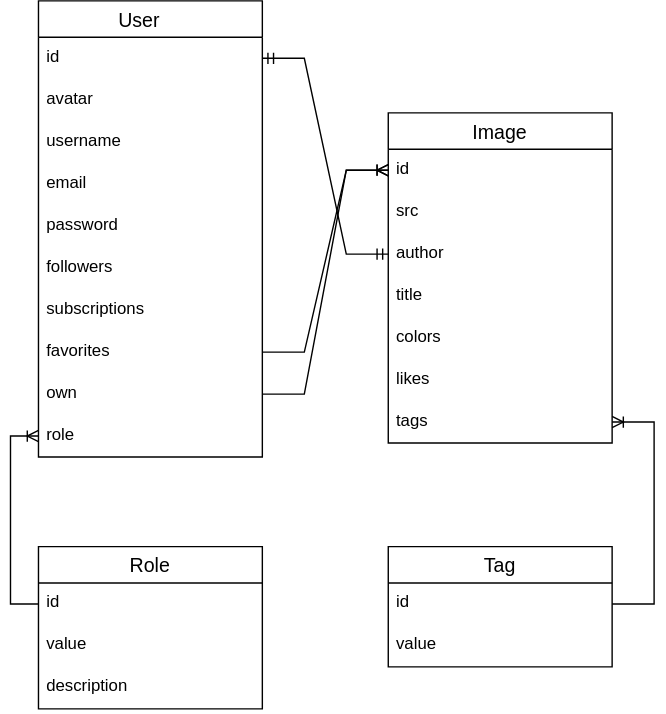
The draw.io diagram Диаграмма без названия.drawio.svg in khramov23/imaginarium-backend, before a commit. Source tidied: cells renumbered, new cells last; positions are measured from the earlier drawing's top-left corner, leaving out a move shared by most shapes. Source of this version:
```xml
<mxGraphModel>
  <root>
    <mxCell id="0" />
    <mxCell id="1" parent="0" />
    <mxCell id="2" value="User    " style="swimlane;fontStyle=0;horizontal=1;startSize=26;align=center;fontSize=14;" parent="1" vertex="1">
      <mxGeometry x="20" width="160" height="326" as="geometry" />
    </mxCell>
    <mxCell id="3" value="id" style="text;strokeColor=none;fillColor=none;spacingLeft=4;spacingRight=4;overflow=hidden;points=[[0,0.5],[1,0.5]];portConstraint=eastwest;fontSize=12;" parent="2" vertex="1">
      <mxGeometry y="26" width="160" height="30" as="geometry" />
    </mxCell>
    <mxCell id="4" value="avatar" style="text;strokeColor=none;fillColor=none;spacingLeft=4;spacingRight=4;overflow=hidden;fontSize=12;" parent="2" vertex="1">
      <mxGeometry y="56" width="160" height="30" as="geometry" />
    </mxCell>
    <mxCell id="5" value="username" style="text;strokeColor=none;fillColor=none;spacingLeft=4;spacingRight=4;overflow=hidden;fontSize=12;" parent="2" vertex="1">
      <mxGeometry y="86" width="160" height="30" as="geometry" />
    </mxCell>
    <mxCell id="6" value="email" style="text;strokeColor=none;fillColor=none;spacingLeft=4;spacingRight=4;overflow=hidden;fontSize=12;" parent="2" vertex="1">
      <mxGeometry y="116" width="160" height="30" as="geometry" />
    </mxCell>
    <mxCell id="7" value="password" style="text;strokeColor=none;fillColor=none;spacingLeft=4;spacingRight=4;overflow=hidden;fontSize=12;" parent="2" vertex="1">
      <mxGeometry y="146" width="160" height="30" as="geometry" />
    </mxCell>
    <mxCell id="8" value="followers" style="text;strokeColor=none;fillColor=none;spacingLeft=4;spacingRight=4;overflow=hidden;fontSize=12;" parent="2" vertex="1">
      <mxGeometry y="176" width="160" height="30" as="geometry" />
    </mxCell>
    <mxCell id="9" value="subscriptions" style="text;strokeColor=none;fillColor=none;spacingLeft=4;spacingRight=4;overflow=hidden;fontSize=12;" parent="2" vertex="1">
      <mxGeometry y="206" width="160" height="30" as="geometry" />
    </mxCell>
    <mxCell id="10" value="favorites" style="text;strokeColor=none;fillColor=none;spacingLeft=4;spacingRight=4;overflow=hidden;points=[[0,0.5],[1,0.5]];portConstraint=eastwest;fontSize=12;" parent="2" vertex="1">
      <mxGeometry y="236" width="160" height="30" as="geometry" />
    </mxCell>
    <mxCell id="11" value="own" style="text;strokeColor=none;fillColor=none;spacingLeft=4;spacingRight=4;overflow=hidden;points=[[0,0.5],[1,0.5]];portConstraint=eastwest;fontSize=12;" parent="2" vertex="1">
      <mxGeometry y="266" width="160" height="30" as="geometry" />
    </mxCell>
    <mxCell id="12" value="role" style="text;strokeColor=none;fillColor=none;spacingLeft=4;spacingRight=4;overflow=hidden;points=[[0,0.5],[1,0.5]];portConstraint=eastwest;fontSize=12;" parent="2" vertex="1">
      <mxGeometry y="296" width="160" height="30" as="geometry" />
    </mxCell>
    <mxCell id="13" value="Role" style="swimlane;fontStyle=0;horizontal=1;startSize=26;align=center;fontSize=14;" parent="1" vertex="1">
      <mxGeometry x="20" y="390" width="160" height="116" as="geometry" />
    </mxCell>
    <mxCell id="14" value="id    " style="text;strokeColor=none;fillColor=none;spacingLeft=4;spacingRight=4;overflow=hidden;points=[[0,0.5],[1,0.5]];portConstraint=eastwest;fontSize=12;" parent="13" vertex="1">
      <mxGeometry y="26" width="160" height="30" as="geometry" />
    </mxCell>
    <mxCell id="15" value="value" style="text;strokeColor=none;fillColor=none;spacingLeft=4;spacingRight=4;overflow=hidden;fontSize=12;" parent="13" vertex="1">
      <mxGeometry y="56" width="160" height="30" as="geometry" />
    </mxCell>
    <mxCell id="16" value="description" style="text;strokeColor=none;fillColor=none;spacingLeft=4;spacingRight=4;overflow=hidden;fontSize=12;" parent="13" vertex="1">
      <mxGeometry y="86" width="160" height="30" as="geometry" />
    </mxCell>
    <mxCell id="17" style="edgeStyle=elbowEdgeStyle;fontSize=12;html=1;endArrow=ERoneToMany;rounded=0;" parent="1" edge="1" source="14" target="12">
      <mxGeometry relative="1" as="geometry">
        <Array as="points">
          <mxPoint y="370" />
        </Array>
      </mxGeometry>
    </mxCell>
    <mxCell id="18" value="Tag" style="swimlane;fontStyle=0;horizontal=1;startSize=26;align=center;fontSize=14;" parent="1" vertex="1">
      <mxGeometry x="270" y="390" width="160" height="86" as="geometry" />
    </mxCell>
    <mxCell id="19" value="id    " style="text;strokeColor=none;fillColor=none;spacingLeft=4;spacingRight=4;overflow=hidden;points=[[0,0.5],[1,0.5]];portConstraint=eastwest;fontSize=12;" parent="18" vertex="1">
      <mxGeometry y="26" width="160" height="30" as="geometry" />
    </mxCell>
    <mxCell id="20" value="value" style="text;strokeColor=none;fillColor=none;spacingLeft=4;spacingRight=4;overflow=hidden;fontSize=12;" parent="18" vertex="1">
      <mxGeometry y="56" width="160" height="30" as="geometry" />
    </mxCell>
    <mxCell id="21" value="Image" style="swimlane;fontStyle=0;horizontal=1;startSize=26;align=center;fontSize=14;" parent="1" vertex="1">
      <mxGeometry x="270" y="80" width="160" height="236" as="geometry" />
    </mxCell>
    <mxCell id="22" value="id" style="text;strokeColor=none;fillColor=none;spacingLeft=4;spacingRight=4;overflow=hidden;points=[[0,0.5],[1,0.5]];portConstraint=eastwest;fontSize=12;" parent="21" vertex="1">
      <mxGeometry y="26" width="160" height="30" as="geometry" />
    </mxCell>
    <mxCell id="23" value="src" style="text;strokeColor=none;fillColor=none;spacingLeft=4;spacingRight=4;overflow=hidden;fontSize=12;" parent="21" vertex="1">
      <mxGeometry y="56" width="160" height="30" as="geometry" />
    </mxCell>
    <mxCell id="24" value="author" style="text;strokeColor=none;fillColor=none;spacingLeft=4;spacingRight=4;overflow=hidden;points=[[0,0.5],[1,0.5]];portConstraint=eastwest;fontSize=12;" parent="21" vertex="1">
      <mxGeometry y="86" width="160" height="30" as="geometry" />
    </mxCell>
    <mxCell id="25" value="title" style="text;strokeColor=none;fillColor=none;spacingLeft=4;spacingRight=4;overflow=hidden;fontSize=12;" parent="21" vertex="1">
      <mxGeometry y="116" width="160" height="30" as="geometry" />
    </mxCell>
    <mxCell id="26" value="colors" style="text;strokeColor=none;fillColor=none;spacingLeft=4;spacingRight=4;overflow=hidden;points=[[0,0.5],[1,0.5]];portConstraint=eastwest;fontSize=12;" parent="21" vertex="1">
      <mxGeometry y="146" width="160" height="30" as="geometry" />
    </mxCell>
    <mxCell id="27" value="likes" style="text;strokeColor=none;fillColor=none;spacingLeft=4;spacingRight=4;overflow=hidden;fontSize=12;" parent="21" vertex="1">
      <mxGeometry y="176" width="160" height="30" as="geometry" />
    </mxCell>
    <mxCell id="28" value="tags" style="text;strokeColor=none;fillColor=none;spacingLeft=4;spacingRight=4;overflow=hidden;points=[[0,0.5],[1,0.5]];portConstraint=eastwest;fontSize=12;" parent="21" vertex="1">
      <mxGeometry y="206" width="160" height="30" as="geometry" />
    </mxCell>
    <mxCell id="29" style="edgeStyle=entityRelationEdgeStyle;fontSize=12;html=1;endArrow=ERoneToMany;rounded=0;sketch=0;" parent="1" edge="1" source="19" target="28">
      <mxGeometry relative="1" as="geometry" />
    </mxCell>
    <mxCell id="30" style="edgeStyle=entityRelationEdgeStyle;fontSize=12;html=1;endArrow=ERoneToMany;rounded=0;sketch=0;" parent="1" edge="1" source="11" target="22">
      <mxGeometry relative="1" as="geometry" />
    </mxCell>
    <mxCell id="31" style="edgeStyle=entityRelationEdgeStyle;fontSize=12;html=1;endArrow=ERoneToMany;rounded=0;sketch=0;" parent="1" edge="1" source="10" target="22">
      <mxGeometry relative="1" as="geometry" />
    </mxCell>
    <mxCell id="32" style="edgeStyle=entityRelationEdgeStyle;fontSize=12;html=1;endArrow=ERmandOne;startArrow=ERmandOne;rounded=0;sketch=0;" parent="1" edge="1" source="24" target="3">
      <mxGeometry relative="1" as="geometry" />
    </mxCell>
  </root>
</mxGraphModel>
```
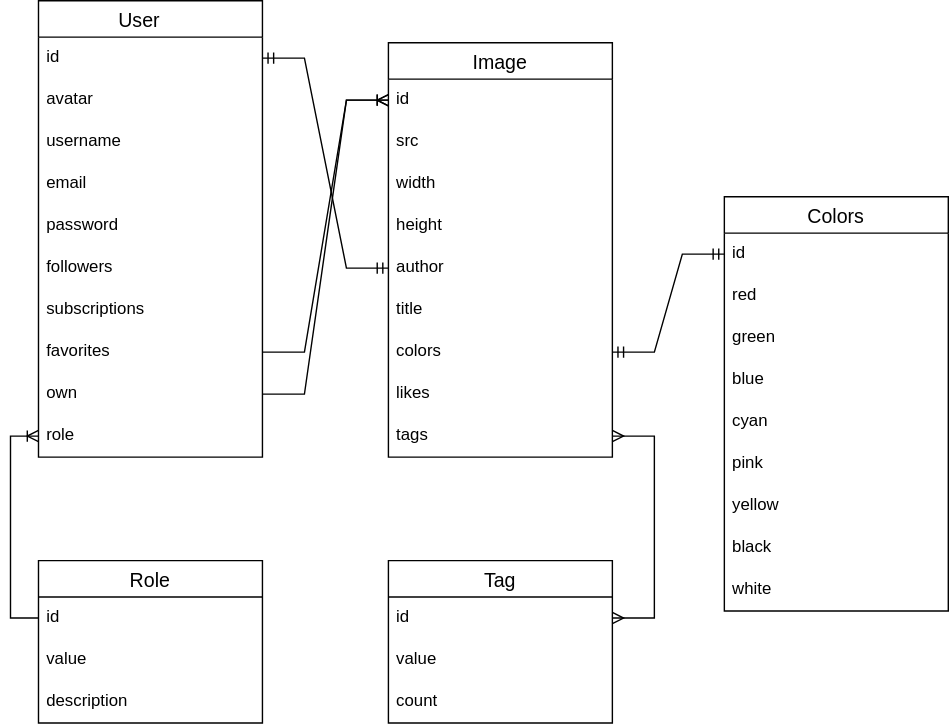
Above is the later version.

Commit message:
update database schema

Diff of the diagram source:
```diff
@@ -3,7 +3,7 @@
     <mxCell id="0" />
     <mxCell id="1" parent="0" />
     <mxCell id="2" value="User    " style="swimlane;fontStyle=0;horizontal=1;startSize=26;align=center;fontSize=14;" parent="1" vertex="1">
-      <mxGeometry x="20" width="160" height="326" as="geometry" />
+      <mxGeometry x="20" y="-10" width="160" height="326" as="geometry" />
     </mxCell>
     <mxCell id="3" value="id" style="text;strokeColor=none;fillColor=none;spacingLeft=4;spacingRight=4;overflow=hidden;points=[[0,0.5],[1,0.5]];portConstraint=eastwest;fontSize=12;" parent="2" vertex="1">
       <mxGeometry y="26" width="160" height="30" as="geometry" />
@@ -55,7 +55,7 @@
       </mxGeometry>
     </mxCell>
     <mxCell id="18" value="Tag" style="swimlane;fontStyle=0;horizontal=1;startSize=26;align=center;fontSize=14;" parent="1" vertex="1">
-      <mxGeometry x="270" y="390" width="160" height="86" as="geometry" />
+      <mxGeometry x="270" y="390" width="160" height="116" as="geometry" />
     </mxCell>
     <mxCell id="19" value="id    " style="text;strokeColor=none;fillColor=none;spacingLeft=4;spacingRight=4;overflow=hidden;points=[[0,0.5],[1,0.5]];portConstraint=eastwest;fontSize=12;" parent="18" vertex="1">
       <mxGeometry y="26" width="160" height="30" as="geometry" />
@@ -63,8 +63,11 @@
     <mxCell id="20" value="value" style="text;strokeColor=none;fillColor=none;spacingLeft=4;spacingRight=4;overflow=hidden;fontSize=12;" parent="18" vertex="1">
       <mxGeometry y="56" width="160" height="30" as="geometry" />
     </mxCell>
+    <mxCell id="33" value="count&#10;" style="text;strokeColor=none;fillColor=none;spacingLeft=4;spacingRight=4;overflow=hidden;fontSize=12;" parent="18" vertex="1">
+      <mxGeometry y="86" width="160" height="30" as="geometry" />
+    </mxCell>
     <mxCell id="21" value="Image" style="swimlane;fontStyle=0;horizontal=1;startSize=26;align=center;fontSize=14;" parent="1" vertex="1">
-      <mxGeometry x="270" y="80" width="160" height="236" as="geometry" />
+      <mxGeometry x="270" y="20" width="160" height="296" as="geometry" />
     </mxCell>
     <mxCell id="22" value="id" style="text;strokeColor=none;fillColor=none;spacingLeft=4;spacingRight=4;overflow=hidden;points=[[0,0.5],[1,0.5]];portConstraint=eastwest;fontSize=12;" parent="21" vertex="1">
       <mxGeometry y="26" width="160" height="30" as="geometry" />
@@ -72,24 +75,27 @@
     <mxCell id="23" value="src" style="text;strokeColor=none;fillColor=none;spacingLeft=4;spacingRight=4;overflow=hidden;fontSize=12;" parent="21" vertex="1">
       <mxGeometry y="56" width="160" height="30" as="geometry" />
     </mxCell>
+    <mxCell id="34" value="width" style="text;strokeColor=none;fillColor=none;spacingLeft=4;spacingRight=4;overflow=hidden;fontSize=12;" parent="21" vertex="1">
+      <mxGeometry y="86" width="160" height="30" as="geometry" />
+    </mxCell>
+    <mxCell id="35" value="height" style="text;strokeColor=none;fillColor=none;spacingLeft=4;spacingRight=4;overflow=hidden;fontSize=12;" parent="21" vertex="1">
+      <mxGeometry y="116" width="160" height="30" as="geometry" />
+    </mxCell>
     <mxCell id="24" value="author" style="text;strokeColor=none;fillColor=none;spacingLeft=4;spacingRight=4;overflow=hidden;points=[[0,0.5],[1,0.5]];portConstraint=eastwest;fontSize=12;" parent="21" vertex="1">
-      <mxGeometry y="86" width="160" height="30" as="geometry" />
+      <mxGeometry y="146" width="160" height="30" as="geometry" />
     </mxCell>
     <mxCell id="25" value="title" style="text;strokeColor=none;fillColor=none;spacingLeft=4;spacingRight=4;overflow=hidden;fontSize=12;" parent="21" vertex="1">
-      <mxGeometry y="116" width="160" height="30" as="geometry" />
+      <mxGeometry y="176" width="160" height="30" as="geometry" />
     </mxCell>
     <mxCell id="26" value="colors" style="text;strokeColor=none;fillColor=none;spacingLeft=4;spacingRight=4;overflow=hidden;points=[[0,0.5],[1,0.5]];portConstraint=eastwest;fontSize=12;" parent="21" vertex="1">
-      <mxGeometry y="146" width="160" height="30" as="geometry" />
+      <mxGeometry y="206" width="160" height="30" as="geometry" />
     </mxCell>
     <mxCell id="27" value="likes" style="text;strokeColor=none;fillColor=none;spacingLeft=4;spacingRight=4;overflow=hidden;fontSize=12;" parent="21" vertex="1">
-      <mxGeometry y="176" width="160" height="30" as="geometry" />
+      <mxGeometry y="236" width="160" height="30" as="geometry" />
     </mxCell>
     <mxCell id="28" value="tags" style="text;strokeColor=none;fillColor=none;spacingLeft=4;spacingRight=4;overflow=hidden;points=[[0,0.5],[1,0.5]];portConstraint=eastwest;fontSize=12;" parent="21" vertex="1">
-      <mxGeometry y="206" width="160" height="30" as="geometry" />
+      <mxGeometry y="266" width="160" height="30" as="geometry" />
     </mxCell>
-    <mxCell id="29" style="edgeStyle=entityRelationEdgeStyle;fontSize=12;html=1;endArrow=ERoneToMany;rounded=0;sketch=0;" parent="1" edge="1" source="19" target="28">
-      <mxGeometry relative="1" as="geometry" />
-    </mxCell>
     <mxCell id="30" style="edgeStyle=entityRelationEdgeStyle;fontSize=12;html=1;endArrow=ERoneToMany;rounded=0;sketch=0;" parent="1" edge="1" source="11" target="22">
       <mxGeometry relative="1" as="geometry" />
     </mxCell>
@@ -99,5 +105,41 @@
     <mxCell id="32" style="edgeStyle=entityRelationEdgeStyle;fontSize=12;html=1;endArrow=ERmandOne;startArrow=ERmandOne;rounded=0;sketch=0;" parent="1" edge="1" source="24" target="3">
       <mxGeometry relative="1" as="geometry" />
     </mxCell>
+    <mxCell id="36" value="Colors" style="swimlane;fontStyle=0;horizontal=1;startSize=26;align=center;fontSize=14;" parent="1" vertex="1">
+      <mxGeometry x="510" y="130" width="160" height="296" as="geometry" />
+    </mxCell>
+    <mxCell id="37" value="id" style="text;strokeColor=none;fillColor=none;spacingLeft=4;spacingRight=4;overflow=hidden;points=[[0,0.5],[1,0.5]];portConstraint=eastwest;fontSize=12;" parent="36" vertex="1">
+      <mxGeometry y="26" width="160" height="30" as="geometry" />
+    </mxCell>
+    <mxCell id="38" value="red" style="text;strokeColor=none;fillColor=none;spacingLeft=4;spacingRight=4;overflow=hidden;fontSize=12;" parent="36" vertex="1">
+      <mxGeometry y="56" width="160" height="30" as="geometry" />
+    </mxCell>
+    <mxCell id="39" value="green" style="text;strokeColor=none;fillColor=none;spacingLeft=4;spacingRight=4;overflow=hidden;fontSize=12;" parent="36" vertex="1">
+      <mxGeometry y="86" width="160" height="30" as="geometry" />
+    </mxCell>
+    <mxCell id="40" value="blue" style="text;strokeColor=none;fillColor=none;spacingLeft=4;spacingRight=4;overflow=hidden;fontSize=12;" parent="36" vertex="1">
+      <mxGeometry y="116" width="160" height="30" as="geometry" />
+    </mxCell>
+    <mxCell id="41" value="cyan" style="text;strokeColor=none;fillColor=none;spacingLeft=4;spacingRight=4;overflow=hidden;fontSize=12;" parent="36" vertex="1">
+      <mxGeometry y="146" width="160" height="30" as="geometry" />
+    </mxCell>
+    <mxCell id="42" value="pink" style="text;strokeColor=none;fillColor=none;spacingLeft=4;spacingRight=4;overflow=hidden;fontSize=12;" parent="36" vertex="1">
+      <mxGeometry y="176" width="160" height="30" as="geometry" />
+    </mxCell>
+    <mxCell id="43" value="yellow" style="text;strokeColor=none;fillColor=none;spacingLeft=4;spacingRight=4;overflow=hidden;fontSize=12;" parent="36" vertex="1">
+      <mxGeometry y="206" width="160" height="30" as="geometry" />
+    </mxCell>
+    <mxCell id="44" value="black" style="text;strokeColor=none;fillColor=none;spacingLeft=4;spacingRight=4;overflow=hidden;fontSize=12;" parent="36" vertex="1">
+      <mxGeometry y="236" width="160" height="30" as="geometry" />
+    </mxCell>
+    <mxCell id="45" value="white" style="text;strokeColor=none;fillColor=none;spacingLeft=4;spacingRight=4;overflow=hidden;fontSize=12;" parent="36" vertex="1">
+      <mxGeometry y="266" width="160" height="30" as="geometry" />
+    </mxCell>
+    <mxCell id="46" style="edgeStyle=entityRelationEdgeStyle;fontSize=12;html=1;endArrow=ERmandOne;startArrow=ERmandOne;rounded=0;sketch=0;" parent="1" edge="1" source="37" target="26">
+      <mxGeometry relative="1" as="geometry" />
+    </mxCell>
+    <mxCell id="29" style="edgeStyle=entityRelationEdgeStyle;fontSize=12;html=1;endArrow=ERmany;startArrow=ERmany;rounded=0;" parent="1" edge="1" source="19" target="28">
+      <mxGeometry relative="1" as="geometry" />
+    </mxCell>
   </root>
 </mxGraphModel>
```
